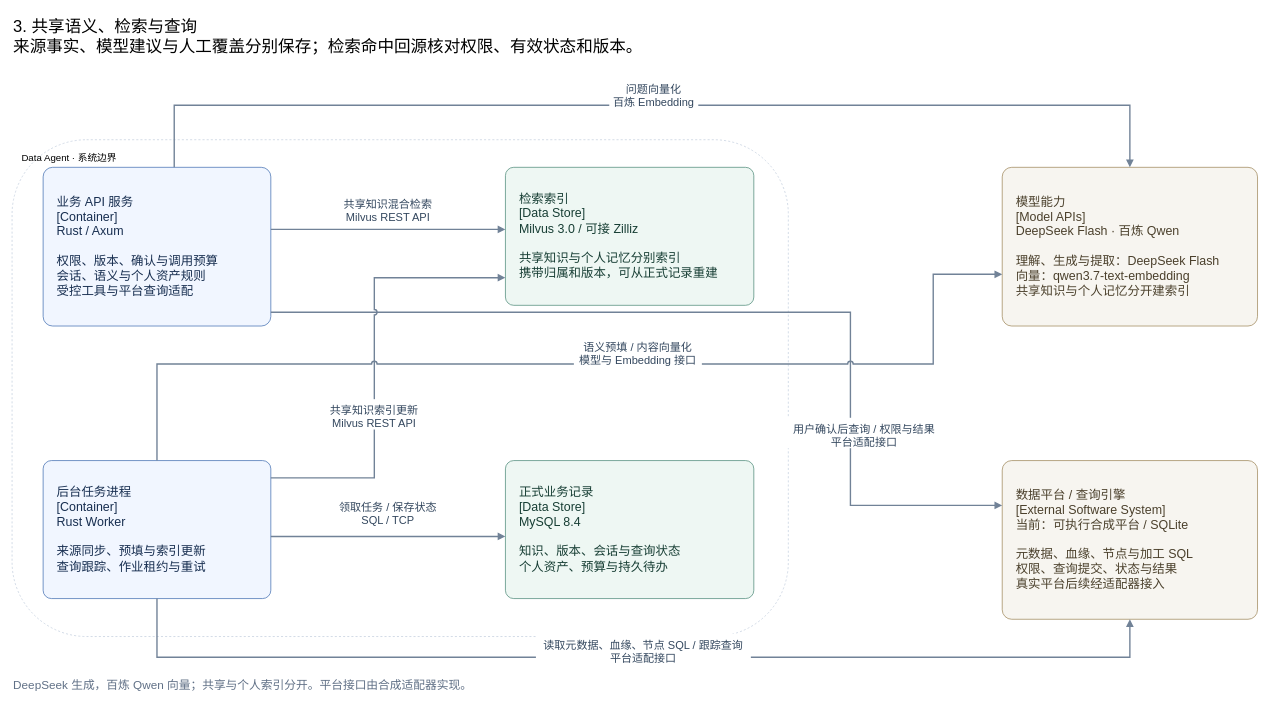
yaoziyaoguai/data_agent keeps this draw.io diagram as page "共享语义、检索与查询" (3 of 4) of docs/architecture/data-agent-c4-container.drawio. Above is the earlier version. Source tidied: cells renumbered, new cells numbered last; positions are measured from the earlier drawing's top-left corner, leaving out a move shared by most shapes. Both pictures are drawn from the tidied source at 69%, with x=0, y=0 at pixel (12, 12).
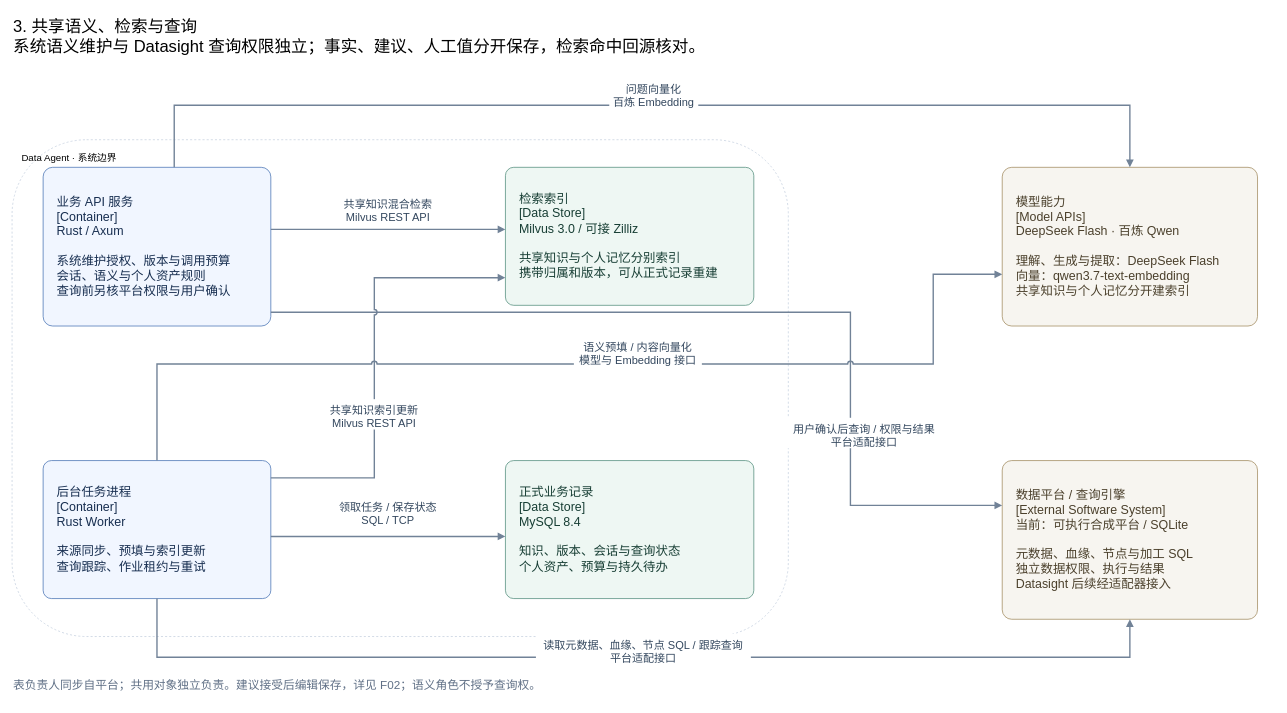
Above is the later version.

What changed in the source:
```diff
@@
-    <mxCell id="2" value="3. 共享语义、检索与查询&#10;来源事实、模型建议与人工覆盖分别保存；检索命中回源核对权限、有效状态和版本。" style="text;html=0;align=left;fontSize=24;fontFamily=PingFang SC;" parent="1" vertex="1">
+    <mxCell id="2" value="3. 共享语义、检索与查询&#10;系统语义维护与 Datasight 查询权限独立；事实、建议、人工值分开保存，检索命中回源核对。" style="text;html=0;align=left;fontSize=24;fontFamily=PingFang SC;" parent="1" vertex="1">
       <mxGeometry width="1750" height="70" as="geometry" />
     </mxCell>
@@
-    <mxCell id="4" value="业务 API 服务&#10;[Container]&#10;Rust / Axum&#10;&#10;权限、版本、确认与调用预算&#10;会话、语义与个人资产规则&#10;受控工具与平台查询适配" style="rounded=1;arcSize=6;whiteSpace=wrap;html=0;fillColor=#f1f6ff;strokeColor=#3866ac;fontColor=#172e50;fontSize=18;fontFamily=PingFang SC;align=left;spacing=20;" parent="1" vertex="1">
+    <mxCell id="4" value="业务 API 服务&#10;[Container]&#10;Rust / Axum&#10;&#10;系统维护授权、版本与调用预算&#10;会话、语义与个人资产规则&#10;查询前另核平台权限与用户确认" style="rounded=1;arcSize=6;whiteSpace=wrap;html=0;fillColor=#f1f6ff;strokeColor=#3866ac;fontColor=#172e50;fontSize=18;fontFamily=PingFang SC;align=left;spacing=20;" parent="1" vertex="1">
       <mxGeometry x="45" y="225" width="330" height="230" as="geometry" />
     </mxCell>
@@
-    <mxCell id="9" value="数据平台 / 查询引擎&#10;[External Software System]&#10;当前：可执行合成平台 / SQLite&#10;&#10;元数据、血缘、节点与加工 SQL&#10;权限、查询提交、状态与结果&#10;真实平台后续经适配器接入" style="rounded=1;arcSize=6;whiteSpace=wrap;html=0;fillColor=#f7f5f0;strokeColor=#9a8050;fontColor=#4b402c;fontSize=18;fontFamily=PingFang SC;align=left;spacing=20;" parent="1" vertex="1">
+    <mxCell id="9" value="数据平台 / 查询引擎&#10;[External Software System]&#10;当前：可执行合成平台 / SQLite&#10;&#10;元数据、血缘、节点与加工 SQL&#10;独立数据权限、执行与结果&#10;Datasight 后续经适配器接入" style="rounded=1;arcSize=6;whiteSpace=wrap;html=0;fillColor=#f7f5f0;strokeColor=#9a8050;fontColor=#4b402c;fontSize=18;fontFamily=PingFang SC;align=left;spacing=20;" parent="1" vertex="1">
       <mxGeometry x="1435" y="650" width="370" height="230" as="geometry" />
     </mxCell>
@@
-    <mxCell id="24" value="DeepSeek 生成，百炼 Qwen 向量；共享与个人索引分开。平台接口由合成适配器实现。" style="text;html=0;align=left;fontSize=17;fontColor=#607086;fontFamily=PingFang SC;" parent="1" vertex="1">
+    <mxCell id="24" value="表负责人同步自平台；共用对象独立负责。建议接受后编辑保存，详见 F02；语义角色不授予查询权。" style="text;html=0;align=left;fontSize=17;fontColor=#607086;fontFamily=PingFang SC;" parent="1" vertex="1">
       <mxGeometry y="958" width="1830" height="42" as="geometry" />
     </mxCell>
```
